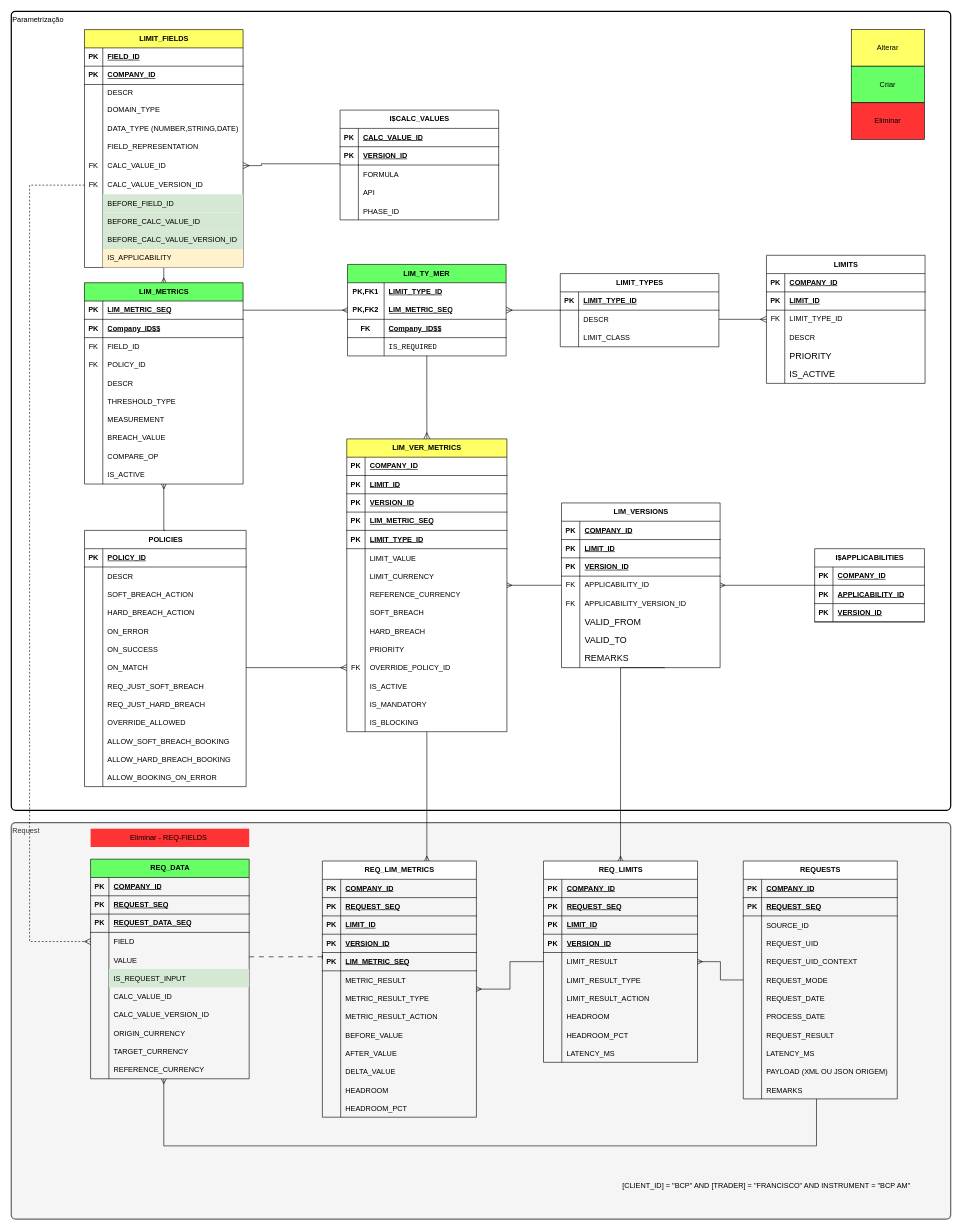
This is formacao_V2_Versão Final (2).drawio from JoaoBeloSilva/SBS_Prototype, a draw.io file, before an edit. Source tidied: cells renumbered, new cells numbered last; positions are measured from the earlier drawing's top-left corner, leaving out a move shared by most shapes. Both pictures are drawn from the tidied source at 61%, with x=0, y=0 at pixel (11, 11).
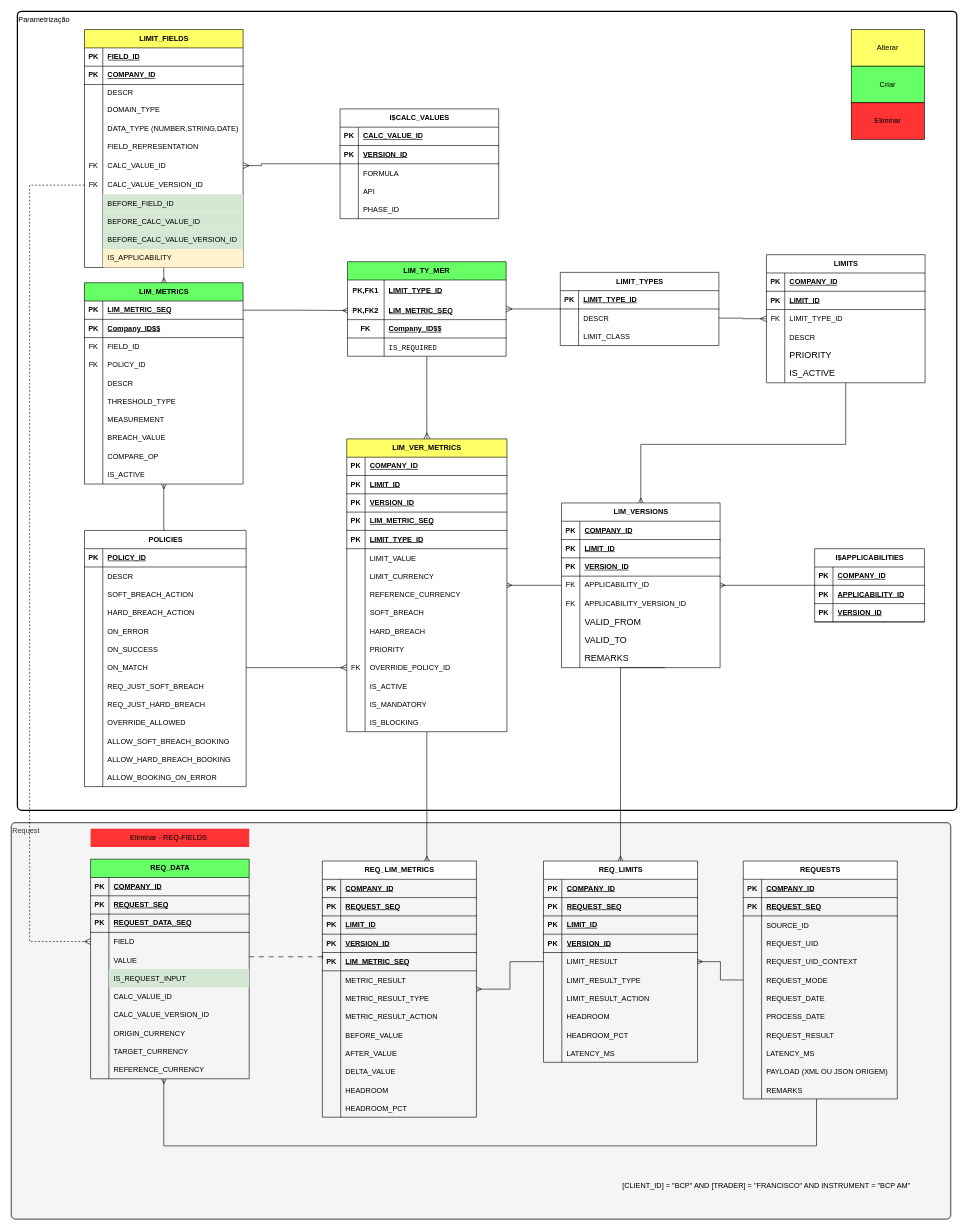
The same page after the edit.

The change refers to these unchanged cells:
```xml
<mxCell id="36" value="LIM_VERSIONS" style="shape=table;startSize=30;childLayout=tableLayout;rowLines=0;fontStyle=1;align=center;html=1;" parent="1" vertex="1">
  <mxGeometry x="902" y="806" width="260" height="270" as="geometry" />
</mxCell>
```

What changed in the source:
```diff
@@
     <mxCell id="2" value="Parametrização" style="rounded=1;whiteSpace=wrap;html=1;absoluteArcSize=1;arcSize=14;strokeWidth=2;align=left;verticalAlign=top;" parent="1" vertex="1">
-      <mxGeometry width="1540" height="1310" as="geometry" />
+      <mxGeometry x="10" width="1540" height="1310" as="geometry" />
     </mxCell>
@@
     <mxCell id="5" value="LIMIT_TYPES" style="shape=table;startSize=30;childLayout=tableLayout;rowLines=0;fontStyle=1;align=center;html=1;" parent="1" vertex="1">
-      <mxGeometry x="900" y="430" width="260" height="120" as="geometry" />
+      <mxGeometry x="900" y="428" width="260" height="120" as="geometry" />
     </mxCell>
@@
+    <mxCell id="415" style="edgeStyle=orthogonalEdgeStyle;rounded=0;jettySize=auto;html=1;endArrow=ERmany;endFill=0;strokeColor=default;" parent="1" edge="1" source="15" target="36">
+      <mxGeometry relative="1" as="geometry">
+        <Array as="points">
+          <mxPoint x="1368" y="710" />
+          <mxPoint x="1032" y="710" />
+        </Array>
+      </mxGeometry>
+    </mxCell>
     <mxCell id="15" value="LIMITS" style="shape=table;startSize=30;childLayout=tableLayout;rowLines=0;fontStyle=1;align=center;html=1;" parent="1" vertex="1">
-      <mxGeometry x="1238" y="400" width="260" height="210" as="geometry" />
+      <mxGeometry x="1238" y="399" width="260" height="210" as="geometry" />
     </mxCell>
@@
     <mxCell id="159" value="I$CALC_VALUES" style="shape=table;startSize=30;childLayout=tableLayout;rowLines=0;fontStyle=1;align=center;html=1;" parent="1" vertex="1">
-      <mxGeometry x="539" y="162" width="260" height="180" as="geometry" />
+      <mxGeometry x="539" y="160" width="260" height="180" as="geometry" />
     </mxCell>
@@
     <mxCell id="393" value="LIM_TY_MER" style="shape=table;startSize=30;childLayout=tableLayout;rowLines=0;fontStyle=1;align=center;html=1;whiteSpace=wrap;fillColor=#66FF66;" parent="1" vertex="1">
-      <mxGeometry x="551.2" y="415" width="260" height="150" as="geometry" />
+      <mxGeometry x="551.2" y="410.5" width="260" height="155" as="geometry" />
     </mxCell>
     <mxCell id="394" style="shape=tableRow;horizontal=0;startSize=0;swimlaneHead=0;swimlaneBody=0;fillColor=none;top=0;left=0;right=0;bottom=0;html=1;" parent="393" vertex="1">
-      <mxGeometry y="30" width="260" height="30" as="geometry" />
+      <mxGeometry y="30" width="260" height="35" as="geometry" />
     </mxCell>
     <mxCell id="395" value="PK,FK1" style="shape=partialRectangle;fillColor=none;top=0;left=0;bottom=0;right=0;fontStyle=1;overflow=hidden;html=1;whiteSpace=wrap;" parent="394" vertex="1">
-      <mxGeometry width="60" height="30" as="geometry" />
+      <mxGeometry width="60" height="35" as="geometry" />
     </mxCell>
     <mxCell id="396" value="LIMIT_TYPE_ID" style="shape=partialRectangle;fillColor=none;top=0;left=0;bottom=0;right=0;align=left;spacingLeft=6;fontStyle=5;overflow=hidden;html=1;whiteSpace=wrap;" parent="394" vertex="1">
-      <mxGeometry x="60" width="200" height="30" as="geometry" />
+      <mxGeometry x="60" width="200" height="35" as="geometry" />
     </mxCell>
     <mxCell id="397" style="shape=tableRow;horizontal=0;startSize=0;swimlaneHead=0;swimlaneBody=0;fillColor=none;points=[[0,0.5],[1,0.5]];portConstraint=eastwest;top=0;left=0;right=0;bottom=1;html=1;" parent="393" vertex="1">
-      <mxGeometry y="60" width="260" height="30" as="geometry" />
+      <mxGeometry y="65" width="260" height="30" as="geometry" />
     </mxCell>
@@
     <mxCell id="400" style="shape=tableRow;horizontal=0;startSize=0;swimlaneHead=0;swimlaneBody=0;fillColor=none;top=0;left=0;right=0;bottom=1;html=1;" parent="393" vertex="1">
-      <mxGeometry y="90" width="260" height="30" as="geometry" />
+      <mxGeometry y="95" width="260" height="30" as="geometry" />
     </mxCell>
@@
     <mxCell id="403" style="shape=tableRow;horizontal=0;startSize=0;swimlaneHead=0;swimlaneBody=0;fillColor=none;top=0;left=0;right=0;bottom=0;html=1;" parent="393" vertex="1">
-      <mxGeometry y="120" width="260" height="30" as="geometry" />
+      <mxGeometry y="125" width="260" height="30" as="geometry" />
     </mxCell>
```
